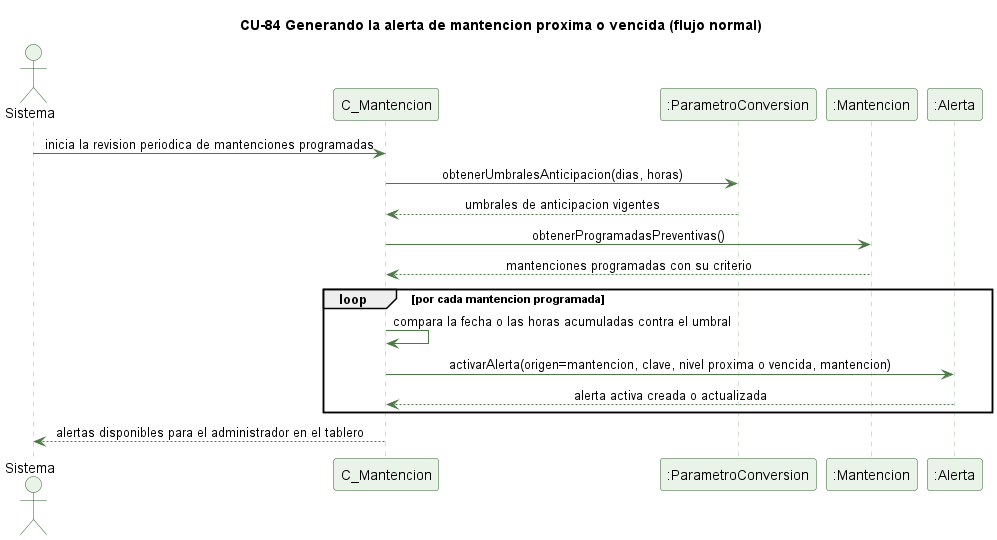
kenjikaese/Triverde keeps this PlantUML diagram as docs/trabajo-grupal/diagramas/secuencias/cu84-alerta-mantencion-normal.png. Above is the earlier version. Source of this version:
```plantuml
@startuml cu84-alerta-mantencion-normal
skinparam backgroundColor #FFFFFF
skinparam shadowing false
skinparam defaultFontName Helvetica
skinparam sequenceMessageAlign center
skinparam ParticipantBackgroundColor #EAF3E7
skinparam ParticipantBorderColor #2E5E2A
skinparam ActorBackgroundColor #EAF3E7
skinparam ActorBorderColor #2E5E2A
skinparam sequenceLifeLineBorderColor #9CC49A
skinparam ArrowColor #4B7A46

title CU-84 Generando la alerta de mantencion proxima o vencida (flujo normal)

actor Sistema
participant "C_Mantencion" as C
participant ":ParametroConversion" as PC
participant ":Mantencion" as MNT
participant ":Alerta" as A

Sistema -> C : inicia la revision periodica de mantenciones programadas
C -> PC : obtenerUmbralesAnticipacion(dias, horas)
PC --> C : umbrales de anticipacion vigentes
C -> MNT : obtenerProgramadasPreventivas()
MNT --> C : mantenciones programadas con su criterio
loop por cada mantencion programada
  C -> C : compara la fecha o las horas acumuladas contra el umbral
  C -> A : activarAlerta(origen=mantencion, clave, nivel proxima o vencida, mantencion)
  A --> C : alerta activa creada o actualizada
end
C --> Sistema : alertas disponibles para el administrador en el tablero

@enduml
```
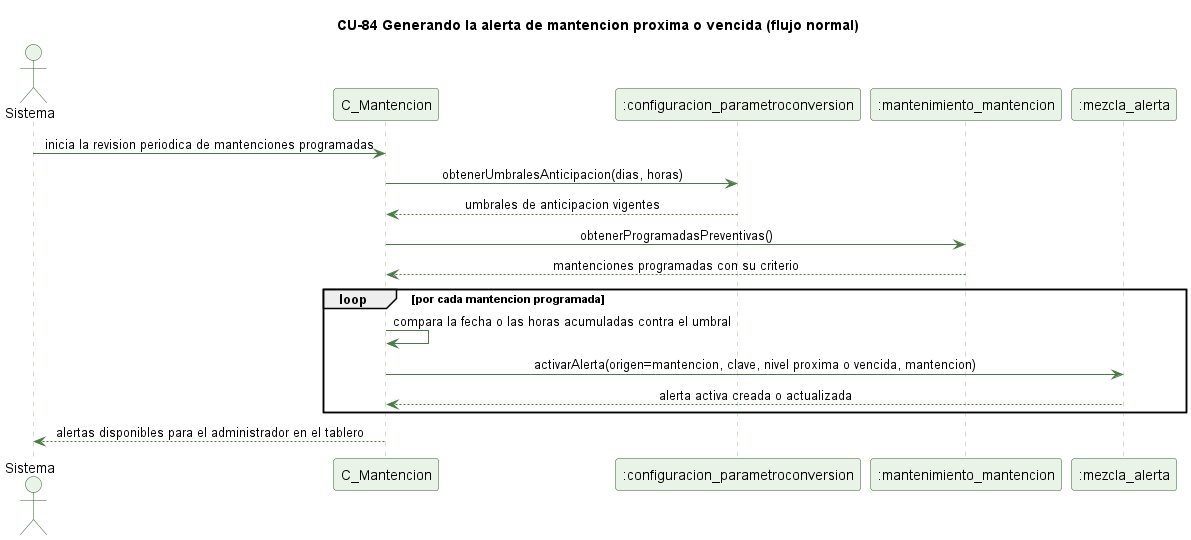
After the commit.

The edit, as a diff of the source:
```diff
@@ -14,9 +14,9 @@
 
 actor Sistema
 participant "C_Mantencion" as C
-participant ":ParametroConversion" as PC
-participant ":Mantencion" as MNT
-participant ":Alerta" as A
+participant ":configuracion_parametroconversion" as PC
+participant ":mantenimiento_mantencion" as MNT
+participant ":mezcla_alerta" as A
 
 Sistema -> C : inicia la revision periodica de mantenciones programadas
 C -> PC : obtenerUmbralesAnticipacion(dias, horas)
```
